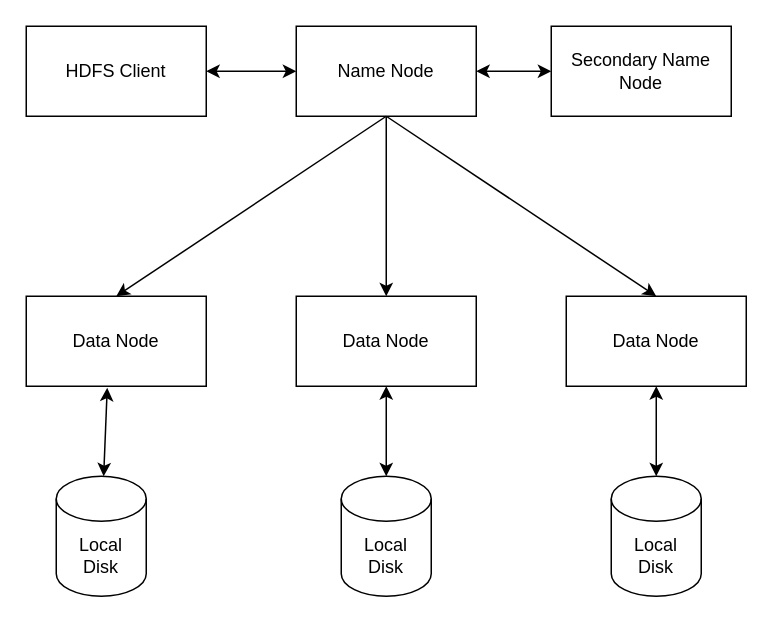
Earlier version of the draw.io diagram HDFS.drawio (jayanthkmr/architecture-diagrams). Source tidied: cells renumbered, new cells numbered last; positions are measured from the earlier drawing's top-left corner, leaving out a move shared by most shapes. Both pictures are drawn from the tidied source at 150%, with x=0, y=0 at pixel (26, 26).
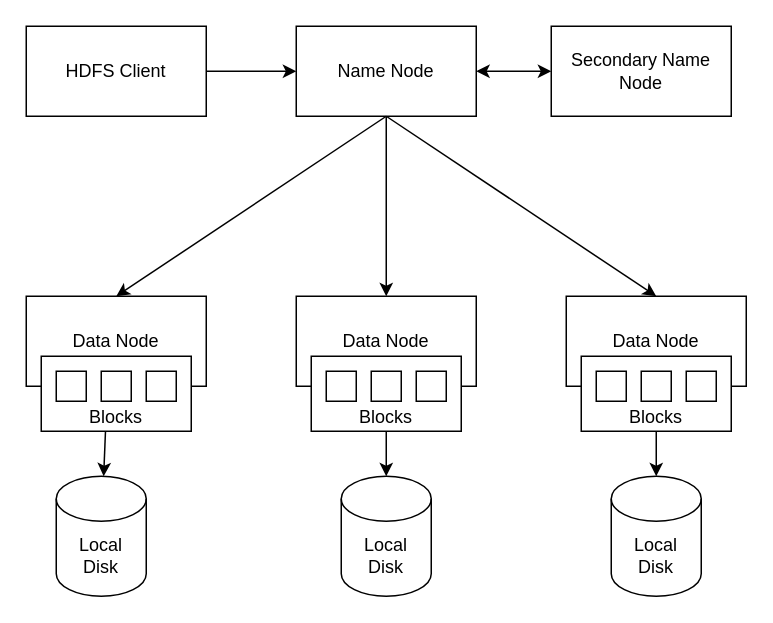
After the change.

The change refers to these unchanged cells:
```xml
<mxCell id="2" value="HDFS Client" style="rounded=0;whiteSpace=wrap;html=1;" parent="1" vertex="1">
  <mxGeometry width="120" height="60" as="geometry" />
</mxCell>
<mxCell id="3" value="Name Node" style="rounded=0;whiteSpace=wrap;html=1;" parent="1" vertex="1">
  <mxGeometry x="180" width="120" height="60" as="geometry" />
</mxCell>
```

Change to the diagram source:
```diff
@@
-    <mxCell id="11" style="endArrow=classic;startArrow=classic;html=1;rounded=0;exitX=1;exitY=0.5;exitDx=0;exitDy=0;" parent="1" edge="1" source="2" target="3">
+    <mxCell id="11" style="endArrow=classic;startArrow=none;html=1;rounded=0;exitX=1;exitY=0.5;exitDx=0;exitDy=0;startFill=0;" parent="1" edge="1" source="2" target="3">
       <mxGeometry relative="1" as="geometry" />
     </mxCell>
@@
+    <mxCell id="19" style="group;" parent="1" vertex="1">
+      <mxGeometry x="10" y="220" width="100" height="56" as="geometry" />
+    </mxCell>
+    <mxCell id="20" style="rounded=0;whiteSpace=wrap;html=1;" parent="19" vertex="1">
+      <mxGeometry width="100" height="50" as="geometry" />
+    </mxCell>
+    <mxCell id="21" style="rounded=0;whiteSpace=wrap;html=1;" parent="19" vertex="1">
+      <mxGeometry x="10" y="10" width="20" height="20" as="geometry" />
+    </mxCell>
+    <mxCell id="22" style="rounded=0;whiteSpace=wrap;html=1;" parent="19" vertex="1">
+      <mxGeometry x="40" y="10" width="20" height="20" as="geometry" />
+    </mxCell>
+    <mxCell id="23" style="rounded=0;whiteSpace=wrap;html=1;" parent="19" vertex="1">
+      <mxGeometry x="70" y="10" width="20" height="20" as="geometry" />
+    </mxCell>
+    <mxCell id="24" value="Blocks" style="text;html=1;align=center;verticalAlign=middle;whiteSpace=wrap;rounded=0;" parent="19" vertex="1">
+      <mxGeometry x="20" y="26" width="60" height="30" as="geometry" />
+    </mxCell>
+    <mxCell id="25" style="group;" parent="1" vertex="1">
+      <mxGeometry x="190" y="220" width="100" height="56" as="geometry" />
+    </mxCell>
+    <mxCell id="26" style="rounded=0;whiteSpace=wrap;html=1;" parent="25" vertex="1">
+      <mxGeometry width="100" height="50" as="geometry" />
+    </mxCell>
+    <mxCell id="27" style="rounded=0;whiteSpace=wrap;html=1;" parent="25" vertex="1">
+      <mxGeometry x="10" y="10" width="20" height="20" as="geometry" />
+    </mxCell>
+    <mxCell id="28" style="rounded=0;whiteSpace=wrap;html=1;" parent="25" vertex="1">
+      <mxGeometry x="40" y="10" width="20" height="20" as="geometry" />
+    </mxCell>
+    <mxCell id="29" style="rounded=0;whiteSpace=wrap;html=1;" parent="25" vertex="1">
+      <mxGeometry x="70" y="10" width="20" height="20" as="geometry" />
+    </mxCell>
+    <mxCell id="30" value="Blocks" style="text;html=1;align=center;verticalAlign=middle;whiteSpace=wrap;rounded=0;" parent="25" vertex="1">
+      <mxGeometry x="20" y="26" width="60" height="30" as="geometry" />
+    </mxCell>
+    <mxCell id="31" style="group;" parent="1" vertex="1">
+      <mxGeometry x="370" y="220" width="100" height="56" as="geometry" />
+    </mxCell>
+    <mxCell id="32" style="rounded=0;whiteSpace=wrap;html=1;" parent="31" vertex="1">
+      <mxGeometry width="100" height="50" as="geometry" />
+    </mxCell>
+    <mxCell id="33" style="rounded=0;whiteSpace=wrap;html=1;" parent="31" vertex="1">
+      <mxGeometry x="10" y="10" width="20" height="20" as="geometry" />
+    </mxCell>
+    <mxCell id="34" style="rounded=0;whiteSpace=wrap;html=1;" parent="31" vertex="1">
+      <mxGeometry x="40" y="10" width="20" height="20" as="geometry" />
+    </mxCell>
+    <mxCell id="35" style="rounded=0;whiteSpace=wrap;html=1;" parent="31" vertex="1">
+      <mxGeometry x="70" y="10" width="20" height="20" as="geometry" />
+    </mxCell>
+    <mxCell id="36" value="Blocks" style="text;html=1;align=center;verticalAlign=middle;whiteSpace=wrap;rounded=0;" parent="31" vertex="1">
+      <mxGeometry x="20" y="26" width="60" height="30" as="geometry" />
+    </mxCell>
```
